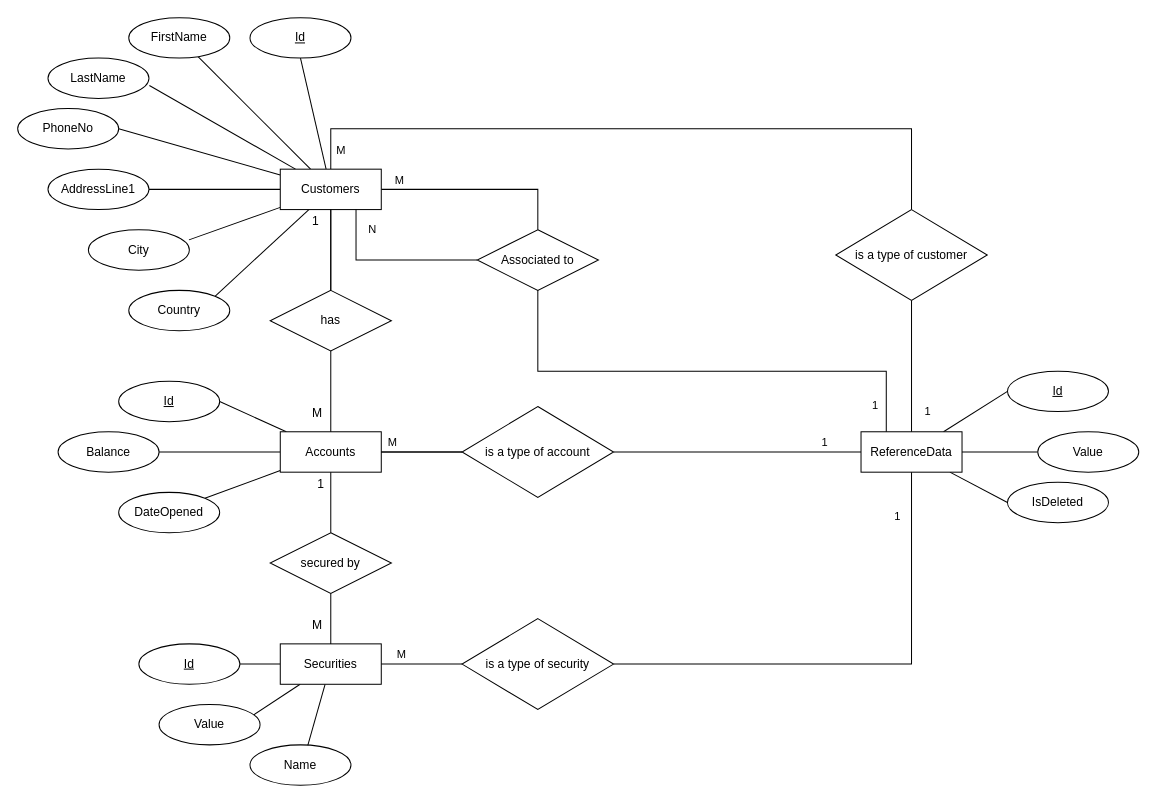
This is ER.drawio from herreramaxi/NCIRL-AD-CA, a draw.io file, before an edit. Source tidied: cells renumbered, new cells numbered last; positions are measured from the earlier drawing's top-left corner, leaving out a move shared by most shapes. Both pictures are drawn from the tidied source at 101%, with x=0, y=0 at pixel (17, 17).
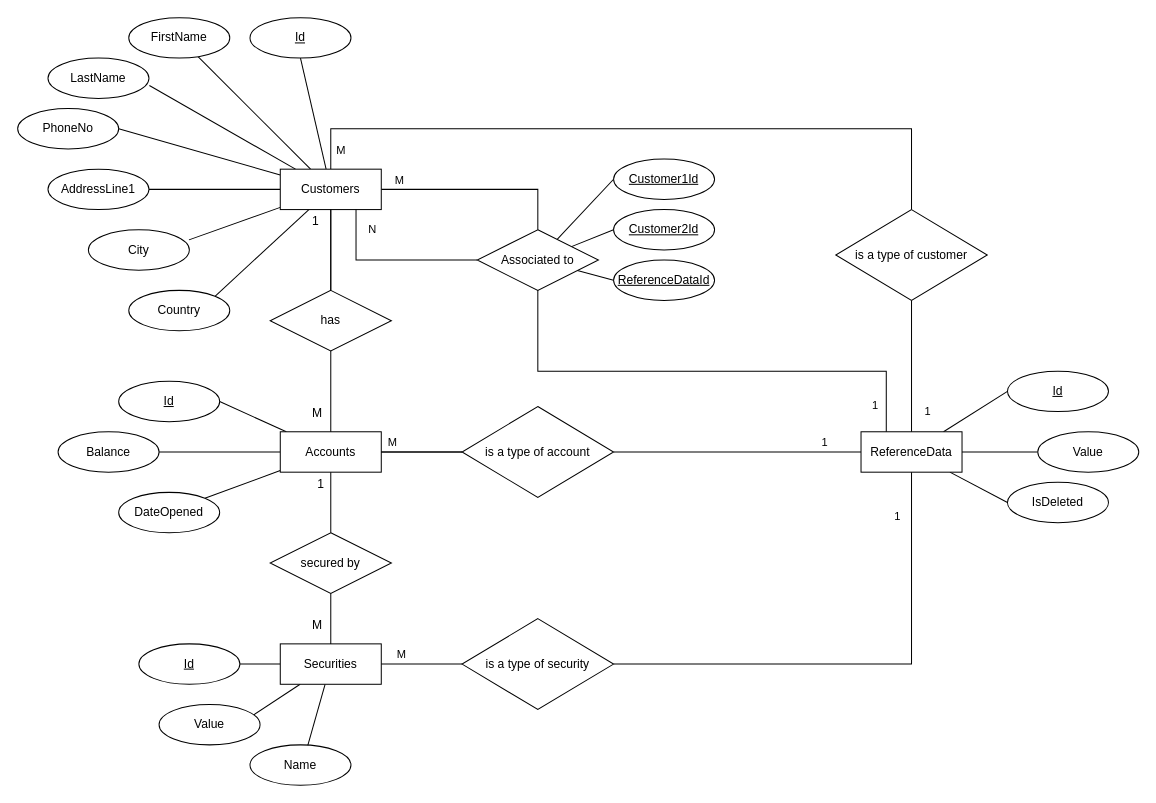
The same diagram, later.

The change refers to these unchanged cells:
```xml
<mxCell id="58" value="Associated to" style="shape=rhombus;perimeter=rhombusPerimeter;whiteSpace=wrap;html=1;align=center;" parent="1" vertex="1">
  <mxGeometry x="455" y="210" width="120" height="60" as="geometry" />
</mxCell>
```

What changed in the source:
```diff
@@
+    <mxCell id="75" style="rounded=0;jettySize=auto;html=1;entryX=0;entryY=0.5;entryDx=0;entryDy=0;endArrow=none;endFill=0;" parent="1" edge="1" source="58" target="78">
+      <mxGeometry relative="1" as="geometry" />
+    </mxCell>
+    <mxCell id="76" style="edgeStyle=none;rounded=0;jettySize=auto;html=1;entryX=0;entryY=0.5;entryDx=0;entryDy=0;endArrow=none;endFill=0;" parent="1" edge="1" source="58" target="79">
+      <mxGeometry relative="1" as="geometry" />
+    </mxCell>
+    <mxCell id="77" style="edgeStyle=none;rounded=0;jettySize=auto;html=1;entryX=0;entryY=0.5;entryDx=0;entryDy=0;endArrow=none;endFill=0;" parent="1" edge="1" source="58" target="80">
+      <mxGeometry relative="1" as="geometry" />
+    </mxCell>
@@
+    <mxCell id="78" value="Customer1Id" style="ellipse;whiteSpace=wrap;html=1;align=center;fontStyle=4;" parent="1" vertex="1">
+      <mxGeometry x="590" y="140" width="100" height="40" as="geometry" />
+    </mxCell>
+    <mxCell id="79" value="Customer2Id" style="ellipse;whiteSpace=wrap;html=1;align=center;fontStyle=4;" parent="1" vertex="1">
+      <mxGeometry x="590" y="190" width="100" height="40" as="geometry" />
+    </mxCell>
+    <mxCell id="80" value="ReferenceDataId" style="ellipse;whiteSpace=wrap;html=1;align=center;fontStyle=4;" parent="1" vertex="1">
+      <mxGeometry x="590" y="240" width="100" height="40" as="geometry" />
+    </mxCell>
```
